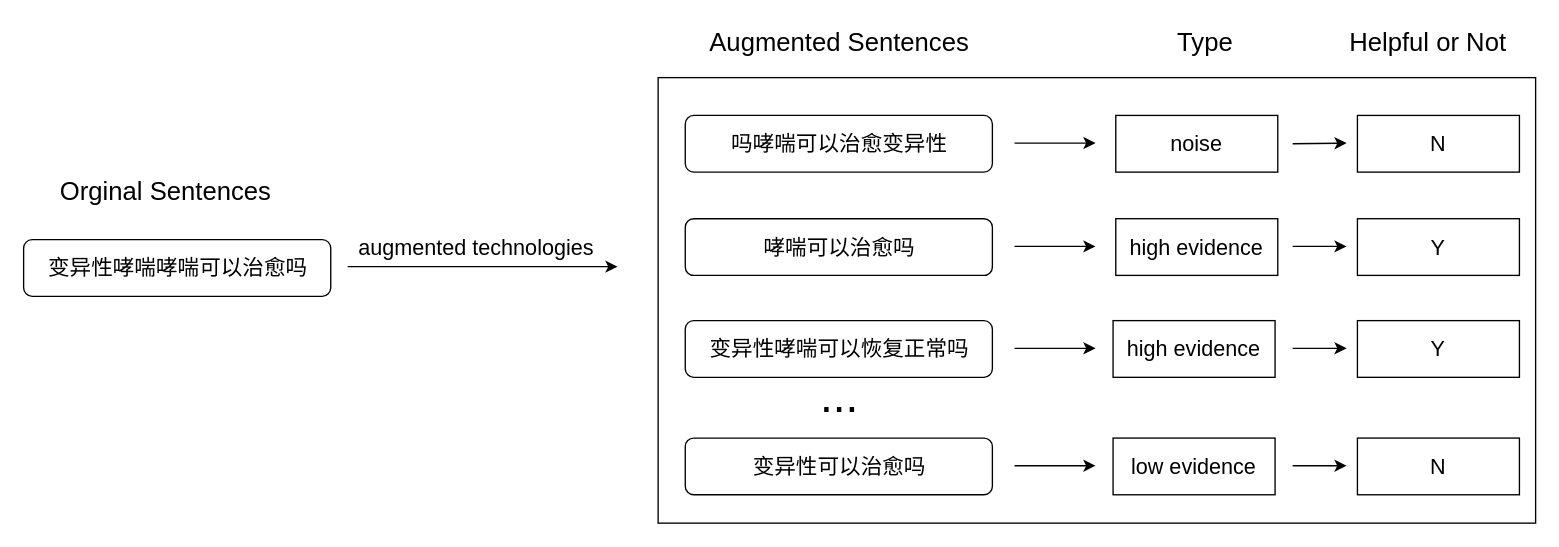
This is 2018/motivation.drawio from Alex0xf/ARTS, a draw.io file, before an edit. Source tidied: cells renumbered, new cells numbered last; positions are measured from the earlier drawing's top-left corner, leaving out a move shared by most shapes. Both pictures are drawn from the tidied source at 135%, with x=0, y=0 at pixel (23, 23).
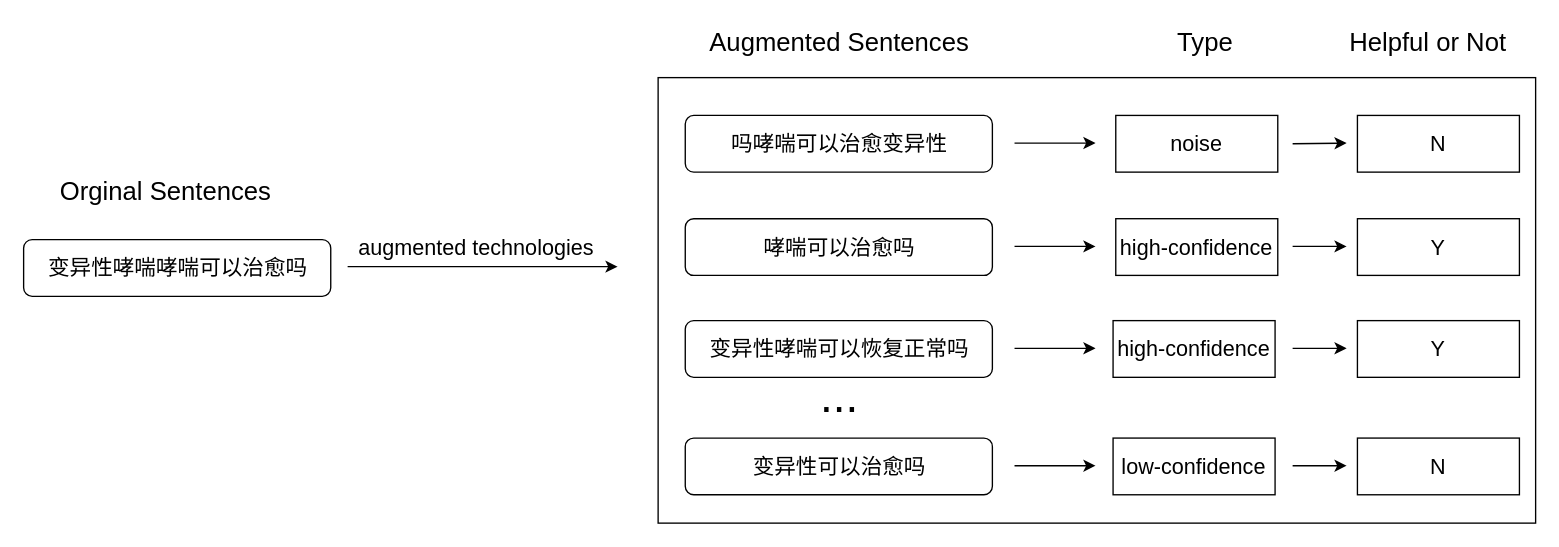
The same page after the edit.

Diff of the diagram source:
```diff
@@
-    <mxCell id="15" value="high evidence" style="rounded=0;whiteSpace=wrap;html=1;fontSize=16;" parent="1" vertex="1">
+    <mxCell id="15" value="high-confidence" style="rounded=0;whiteSpace=wrap;html=1;fontSize=16;" parent="1" vertex="1">
       <mxGeometry x="809" y="144.5" width="120" height="42" as="geometry" />
     </mxCell>
@@
-    <mxCell id="17" value="low evidence" style="rounded=0;whiteSpace=wrap;html=1;fontSize=16;" parent="1" vertex="1">
+    <mxCell id="17" value="low-confidence" style="rounded=0;whiteSpace=wrap;html=1;fontSize=16;" parent="1" vertex="1">
       <mxGeometry x="807" y="307" width="120" height="42" as="geometry" />
     </mxCell>
@@
-    <mxCell id="22" value="high evidence" style="rounded=0;whiteSpace=wrap;html=1;fontSize=16;" parent="1" vertex="1">
+    <mxCell id="22" value="high-confidence" style="rounded=0;whiteSpace=wrap;html=1;fontSize=16;" parent="1" vertex="1">
       <mxGeometry x="807" y="220" width="120" height="42" as="geometry" />
     </mxCell>
```
